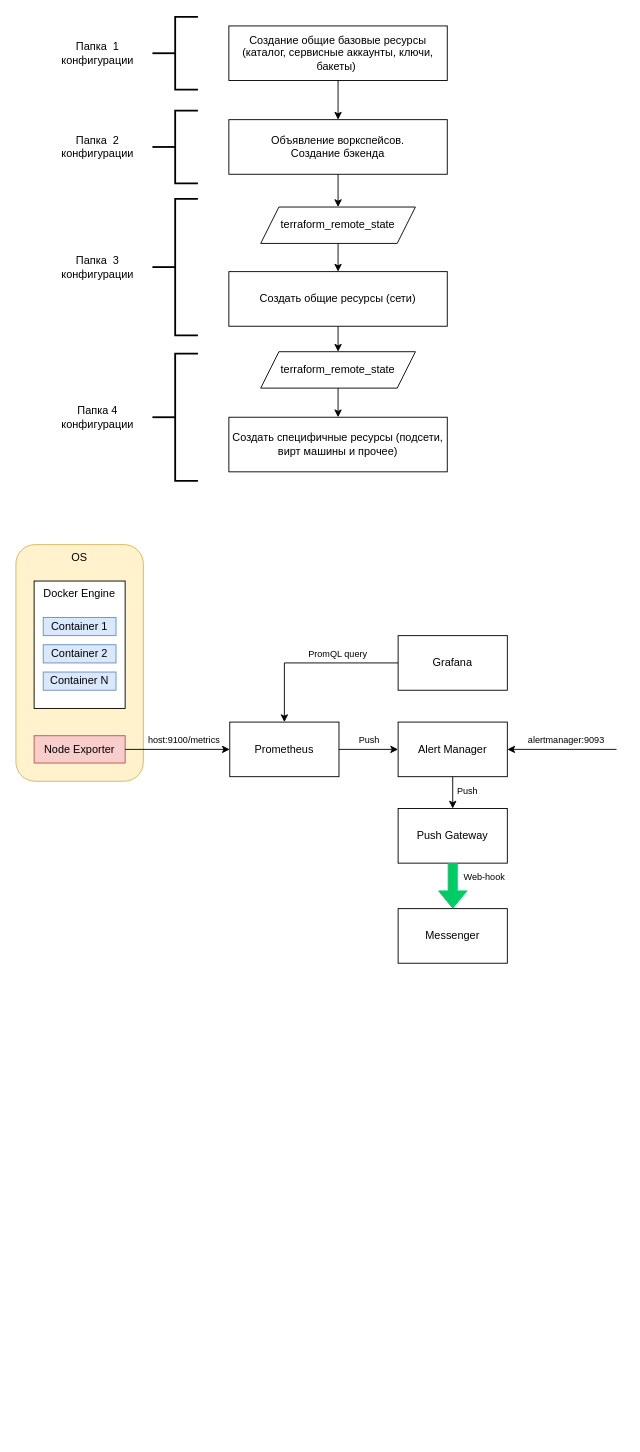
The draw.io diagram 16-diploma-yc/images/diagrams.drawio in olezhuravlev/devops-diploma-yandexcloud, before the edit. Source tidied: cells renumbered, new cells numbered last; positions are measured from the earlier drawing's top-left corner, leaving out a move shared by most shapes. Both pictures are drawn from the tidied source at 91%, with x=0, y=0 at pixel (15, 16).
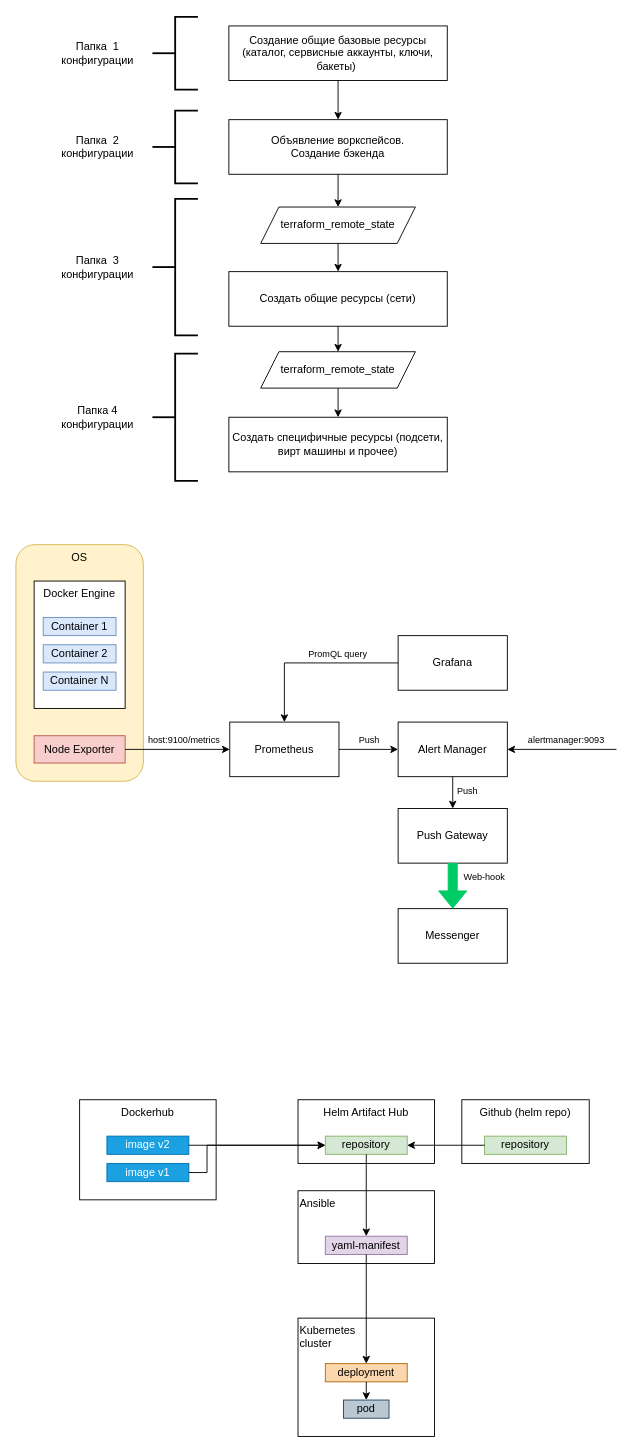
The same diagram, later.

Change to the diagram source:
```diff
@@
+    <mxCell id="44" value="Dockerhub" style="rounded=0;whiteSpace=wrap;html=1;align=center;verticalAlign=top;" parent="1" vertex="1">
+      <mxGeometry x="70" y="1190" width="150" height="110" as="geometry" />
+    </mxCell>
+    <mxCell id="45" value="Github (helm repo)" style="rounded=0;whiteSpace=wrap;html=1;verticalAlign=top;align=center;" parent="1" vertex="1">
+      <mxGeometry x="490" y="1190" width="140" height="70" as="geometry" />
+    </mxCell>
+    <mxCell id="46" value="Helm Artifact Hub" style="rounded=0;whiteSpace=wrap;html=1;align=center;verticalAlign=top;" parent="1" vertex="1">
+      <mxGeometry x="310" y="1190" width="150" height="70" as="geometry" />
+    </mxCell>
+    <mxCell id="47" value="Ansible" style="rounded=0;whiteSpace=wrap;html=1;align=left;verticalAlign=top;" parent="1" vertex="1">
+      <mxGeometry x="310" y="1290" width="150" height="80" as="geometry" />
+    </mxCell>
+    <mxCell id="48" value="yaml-manifest" style="rounded=0;whiteSpace=wrap;html=1;fillColor=#e1d5e7;strokeColor=#9673a6;" parent="1" vertex="1">
+      <mxGeometry x="340" y="1340" width="90" height="20" as="geometry" />
+    </mxCell>
+    <mxCell id="49" value="repository" style="rounded=0;whiteSpace=wrap;html=1;fillColor=#d5e8d4;strokeColor=#82b366;" parent="1" vertex="1">
+      <mxGeometry x="340" y="1230" width="90" height="20" as="geometry" />
+    </mxCell>
+    <mxCell id="50" value="repository" style="rounded=0;whiteSpace=wrap;html=1;fillColor=#d5e8d4;strokeColor=#82b366;" parent="1" vertex="1">
+      <mxGeometry x="515" y="1230" width="90" height="20" as="geometry" />
+    </mxCell>
+    <mxCell id="51" value="image v2" style="rounded=0;whiteSpace=wrap;html=1;fillColor=#1ba1e2;strokeColor=#006EAF;fontColor=#ffffff;" parent="1" vertex="1">
+      <mxGeometry x="100" y="1230" width="90" height="20" as="geometry" />
+    </mxCell>
+    <mxCell id="52" value="image v1" style="rounded=0;whiteSpace=wrap;html=1;fillColor=#1ba1e2;strokeColor=#006EAF;fontColor=#ffffff;" parent="1" vertex="1">
+      <mxGeometry x="100" y="1260" width="90" height="20" as="geometry" />
+    </mxCell>
+    <mxCell id="53" style="endArrow=classic;html=1;rounded=0;entryX=0;entryY=0.5;entryDx=0;entryDy=0;exitX=1;exitY=0.5;exitDx=0;exitDy=0;" parent="1" edge="1" source="51" target="49">
+      <mxGeometry relative="1" as="geometry" />
+    </mxCell>
+    <mxCell id="54" style="endArrow=classic;html=1;rounded=0;entryX=0;entryY=0.5;entryDx=0;entryDy=0;exitX=1;exitY=0.5;exitDx=0;exitDy=0;" parent="1" edge="1" source="52" target="49">
+      <mxGeometry relative="1" as="geometry">
+        <Array as="points">
+          <mxPoint x="210" y="1270" />
+          <mxPoint x="210" y="1240" />
+        </Array>
+      </mxGeometry>
+    </mxCell>
+    <mxCell id="55" style="endArrow=classic;html=1;rounded=0;entryX=1;entryY=0.5;entryDx=0;entryDy=0;exitX=0;exitY=0.5;exitDx=0;exitDy=0;" parent="1" edge="1" source="50" target="49">
+      <mxGeometry relative="1" as="geometry" />
+    </mxCell>
+    <mxCell id="56" style="endArrow=classic;html=1;rounded=0;entryX=0.5;entryY=0;entryDx=0;entryDy=0;exitX=0.5;exitY=1;exitDx=0;exitDy=0;" parent="1" edge="1" source="49" target="48">
+      <mxGeometry relative="1" as="geometry" />
+    </mxCell>
+    <mxCell id="57" value="Kubernetes&lt;br&gt;cluster" style="rounded=0;whiteSpace=wrap;html=1;align=left;verticalAlign=top;" parent="1" vertex="1">
+      <mxGeometry x="310" y="1430" width="150" height="130" as="geometry" />
+    </mxCell>
+    <mxCell id="58" value="deployment" style="rounded=0;whiteSpace=wrap;html=1;fillColor=#fad7ac;strokeColor=#b46504;" parent="1" vertex="1">
+      <mxGeometry x="340" y="1480" width="90" height="20" as="geometry" />
+    </mxCell>
+    <mxCell id="59" value="pod" style="rounded=0;whiteSpace=wrap;html=1;fillColor=#bac8d3;strokeColor=#23445d;" parent="1" vertex="1">
+      <mxGeometry x="360" y="1520" width="50" height="20" as="geometry" />
+    </mxCell>
+    <mxCell id="60" style="endArrow=classic;html=1;rounded=0;entryX=0.5;entryY=0;entryDx=0;entryDy=0;exitX=0.5;exitY=1;exitDx=0;exitDy=0;" parent="1" edge="1" source="48" target="58">
+      <mxGeometry relative="1" as="geometry" />
+    </mxCell>
+    <mxCell id="61" style="endArrow=classic;html=1;rounded=0;entryX=0.5;entryY=0;entryDx=0;entryDy=0;" parent="1" edge="1" source="58" target="59">
+      <mxGeometry relative="1" as="geometry" />
+    </mxCell>
```
